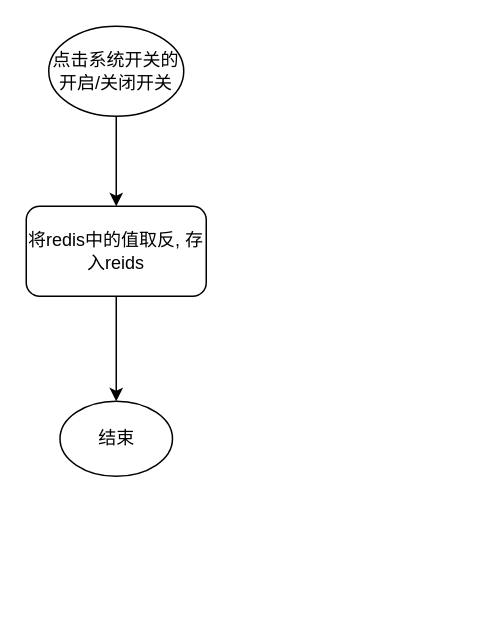
Before: page "Page-1" (1 of 3) of 系统开关.drawio in yuhang9580/drawio, a draw.io diagram. Source tidied: cells renumbered, new cells numbered last; positions are measured from the earlier drawing's top-left corner, leaving out a move shared by most shapes. Both pictures are drawn from the tidied source at 150%, with x=0, y=0 at pixel (26, 26).
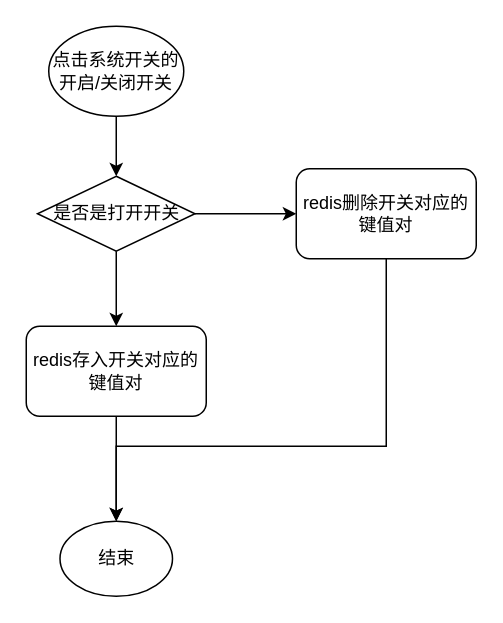
After the change.

Commit message:
更新系统开关.drawio

What changed in the source:
```diff
@@
 <mxGraphModel>
   <root>
     <mxCell id="0" />
     <mxCell id="1" parent="0" />
-    <mxCell id="2" style="edgeStyle=orthogonalEdgeStyle;rounded=0;jettySize=auto;html=1;entryX=0.5;entryY=0;entryDx=0;entryDy=0;" parent="1" edge="1" source="3" target="5">
-      <mxGeometry relative="1" as="geometry" />
-    </mxCell>
+    <mxCell id="7" style="edgeStyle=orthogonalEdgeStyle;rounded=0;jettySize=auto;html=1;entryX=0.5;entryY=0;entryDx=0;entryDy=0;" parent="1" edge="1" source="3" target="10">
+      <mxGeometry relative="1" as="geometry" />
+    </mxCell>
     <mxCell id="3" value="点击系统开关的开启/关闭开关" style="ellipse;whiteSpace=wrap;html=1;" parent="1" vertex="1">
       <mxGeometry x="15" width="90" height="60" as="geometry" />
     </mxCell>
-    <mxCell id="4" style="edgeStyle=orthogonalEdgeStyle;rounded=0;jettySize=auto;html=1;" parent="1" edge="1" source="5" target="6">
-      <mxGeometry relative="1" as="geometry" />
-    </mxCell>
-    <mxCell id="5" value="将redis中的值取反, 存入reids" style="rounded=1;whiteSpace=wrap;html=1;" parent="1" vertex="1">
-      <mxGeometry y="120" width="120" height="60" as="geometry" />
-    </mxCell>
     <mxCell id="6" value="结束" style="ellipse;whiteSpace=wrap;html=1;" parent="1" vertex="1">
-      <mxGeometry x="22.5" y="250" width="75" height="50" as="geometry" />
+      <mxGeometry x="22.5" y="330" width="75" height="50" as="geometry" />
     </mxCell>
+    <mxCell id="8" style="edgeStyle=orthogonalEdgeStyle;rounded=0;jettySize=auto;html=1;entryX=0.5;entryY=0;entryDx=0;entryDy=0;" parent="1" edge="1" source="10" target="12">
+      <mxGeometry relative="1" as="geometry" />
+    </mxCell>
+    <mxCell id="9" style="edgeStyle=orthogonalEdgeStyle;rounded=0;jettySize=auto;html=1;" parent="1" edge="1" source="10" target="14">
+      <mxGeometry relative="1" as="geometry" />
+    </mxCell>
+    <mxCell id="10" value="是否是打开开关" style="rhombus;whiteSpace=wrap;html=1;" parent="1" vertex="1">
+      <mxGeometry x="7.5" y="100" width="105" height="50" as="geometry" />
+    </mxCell>
+    <mxCell id="11" style="edgeStyle=orthogonalEdgeStyle;rounded=0;jettySize=auto;html=1;entryX=0.5;entryY=0;entryDx=0;entryDy=0;" parent="1" edge="1" source="12" target="6">
+      <mxGeometry relative="1" as="geometry" />
+    </mxCell>
+    <mxCell id="12" value="redis存入开关对应的键值对" style="rounded=1;whiteSpace=wrap;html=1;" parent="1" vertex="1">
+      <mxGeometry y="200" width="120" height="60" as="geometry" />
+    </mxCell>
+    <mxCell id="13" style="edgeStyle=orthogonalEdgeStyle;rounded=0;jettySize=auto;html=1;entryX=0.5;entryY=0;entryDx=0;entryDy=0;exitX=0.5;exitY=1;exitDx=0;exitDy=0;" parent="1" edge="1" source="14" target="6">
+      <mxGeometry relative="1" as="geometry">
+        <Array as="points">
+          <mxPoint x="240" y="280" />
+          <mxPoint x="60" y="280" />
+        </Array>
+      </mxGeometry>
+    </mxCell>
+    <mxCell id="14" value="redis删除开关对应的键值对" style="rounded=1;whiteSpace=wrap;html=1;" parent="1" vertex="1">
+      <mxGeometry x="180" y="95" width="120" height="60" as="geometry" />
+    </mxCell>
   </root>
 </mxGraphModel>
```
